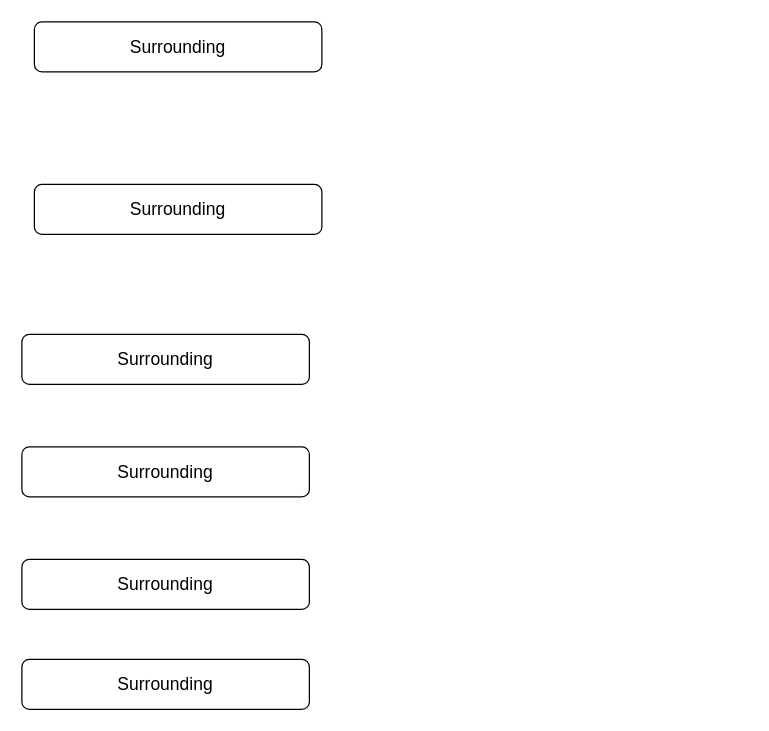
This is Test_UML.drawio.xml from abulalabula/health-plus-aed, a draw.io file, before an edit. Source tidied: cells renumbered, new cells numbered last; positions are measured from the earlier drawing's top-left corner, leaving out a move shared by most shapes. Both pictures are drawn from the tidied source at 125%, with x=0, y=0 at pixel (21, 21).
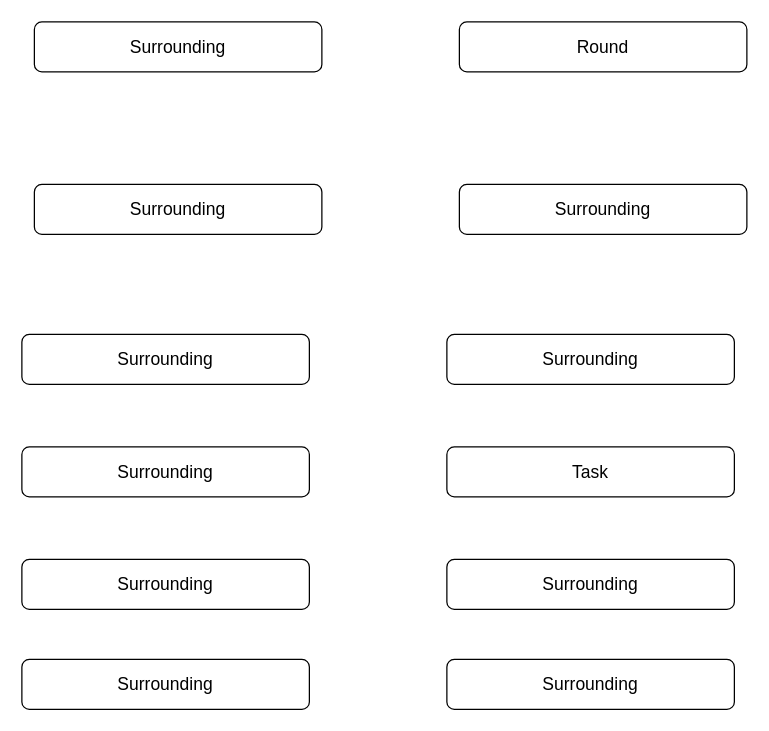
The same page after the edit.

What changed in the source:
```diff
@@
 <mxGraphModel>
   <root>
     <mxCell id="0" />
     <mxCell id="1" parent="0" />
     <mxCell id="2" value="&lt;span style=&quot;font-size: 14px&quot;&gt;Surrounding&lt;/span&gt;" style="rounded=1;whiteSpace=wrap;html=1;" parent="1" vertex="1">
       <mxGeometry x="10" width="230" height="40" as="geometry" />
     </mxCell>
     <mxCell id="3" value="&lt;span style=&quot;font-size: 14px&quot;&gt;Surrounding&lt;/span&gt;" style="rounded=1;whiteSpace=wrap;html=1;" parent="1" vertex="1">
       <mxGeometry x="10" y="130" width="230" height="40" as="geometry" />
     </mxCell>
     <mxCell id="4" value="&lt;span style=&quot;font-size: 14px&quot;&gt;Surrounding&lt;/span&gt;" style="rounded=1;whiteSpace=wrap;html=1;" parent="1" vertex="1">
       <mxGeometry y="510" width="230" height="40" as="geometry" />
     </mxCell>
     <mxCell id="5" value="&lt;span style=&quot;font-size: 14px&quot;&gt;Surrounding&lt;/span&gt;" style="rounded=1;whiteSpace=wrap;html=1;" parent="1" vertex="1">
       <mxGeometry y="430" width="230" height="40" as="geometry" />
     </mxCell>
     <mxCell id="6" value="&lt;span style=&quot;font-size: 14px&quot;&gt;Surrounding&lt;/span&gt;" style="rounded=1;whiteSpace=wrap;html=1;" parent="1" vertex="1">
       <mxGeometry y="340" width="230" height="40" as="geometry" />
     </mxCell>
     <mxCell id="7" value="&lt;span style=&quot;font-size: 14px&quot;&gt;Surrounding&lt;/span&gt;" style="rounded=1;whiteSpace=wrap;html=1;" parent="1" vertex="1">
       <mxGeometry y="250" width="230" height="40" as="geometry" />
     </mxCell>
+    <mxCell id="8" value="&lt;span style=&quot;font-size: 14px&quot;&gt;Round&lt;/span&gt;" style="rounded=1;whiteSpace=wrap;html=1;" parent="1" vertex="1">
+      <mxGeometry x="350" width="230" height="40" as="geometry" />
+    </mxCell>
+    <mxCell id="9" value="&lt;span style=&quot;font-size: 14px&quot;&gt;Surrounding&lt;/span&gt;" style="rounded=1;whiteSpace=wrap;html=1;" parent="1" vertex="1">
+      <mxGeometry x="350" y="130" width="230" height="40" as="geometry" />
+    </mxCell>
+    <mxCell id="10" value="&lt;span style=&quot;font-size: 14px&quot;&gt;Surrounding&lt;/span&gt;" style="rounded=1;whiteSpace=wrap;html=1;" parent="1" vertex="1">
+      <mxGeometry x="340" y="510" width="230" height="40" as="geometry" />
+    </mxCell>
+    <mxCell id="11" value="&lt;span style=&quot;font-size: 14px&quot;&gt;Surrounding&lt;/span&gt;" style="rounded=1;whiteSpace=wrap;html=1;" parent="1" vertex="1">
+      <mxGeometry x="340" y="430" width="230" height="40" as="geometry" />
+    </mxCell>
+    <mxCell id="12" value="&lt;span style=&quot;font-size: 14px&quot;&gt;Task&lt;/span&gt;" style="rounded=1;whiteSpace=wrap;html=1;" parent="1" vertex="1">
+      <mxGeometry x="340" y="340" width="230" height="40" as="geometry" />
+    </mxCell>
+    <mxCell id="13" value="&lt;span style=&quot;font-size: 14px&quot;&gt;Surrounding&lt;/span&gt;" style="rounded=1;whiteSpace=wrap;html=1;" parent="1" vertex="1">
+      <mxGeometry x="340" y="250" width="230" height="40" as="geometry" />
+    </mxCell>
   </root>
 </mxGraphModel>
```
